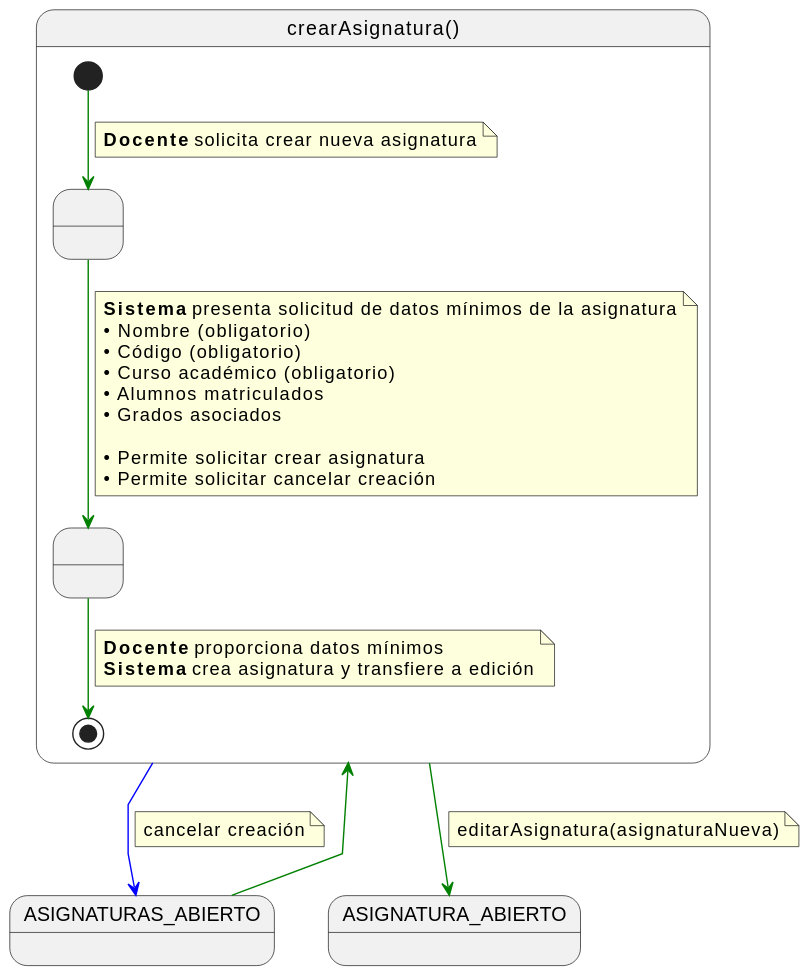
The PlantUML diagram documents/casos-de-uso/detalladoCasosDeUso/crearAsignatura/crearAsignatura.svg in martinlopez7/25-26-IdSw1-SdR, before a commit. Source of this version:
```plantuml
@startuml
skinparam linetype polyline

state crearAsignatura as "crearAsignatura()" {

    state " " as SolicitandoDatosAsignatura
    state " " as CreandoAsignatura

    [*] -[#green]-> SolicitandoDatosAsignatura
    note on link
    <b>Docente</b> solicita crear nueva asignatura
    end note

    SolicitandoDatosAsignatura -[#green]-> CreandoAsignatura
    note on link
    <b>Sistema</b> presenta solicitud de datos mínimos de la asignatura
    • Nombre (obligatorio)
    • Código (obligatorio)
    • Curso académico (obligatorio)
    • Alumnos matriculados
    • Grados asociados

    • Permite solicitar crear asignatura
    • Permite solicitar cancelar creación
    end note

    CreandoAsignatura -[#green]-> [*]
    note on link
    <b>Docente</b> proporciona datos mínimos
    <b>Sistema</b> crea asignatura y transfiere a edición
    end note
}

ASIGNATURAS_ABIERTO -[#green]-> crearAsignatura

crearAsignatura -[#green]-> ASIGNATURA_ABIERTO
note on link
editarAsignatura(asignaturaNueva)
end note

crearAsignatura -[#blue]-> ASIGNATURAS_ABIERTO
note on link
cancelar creación
end note
@enduml
```
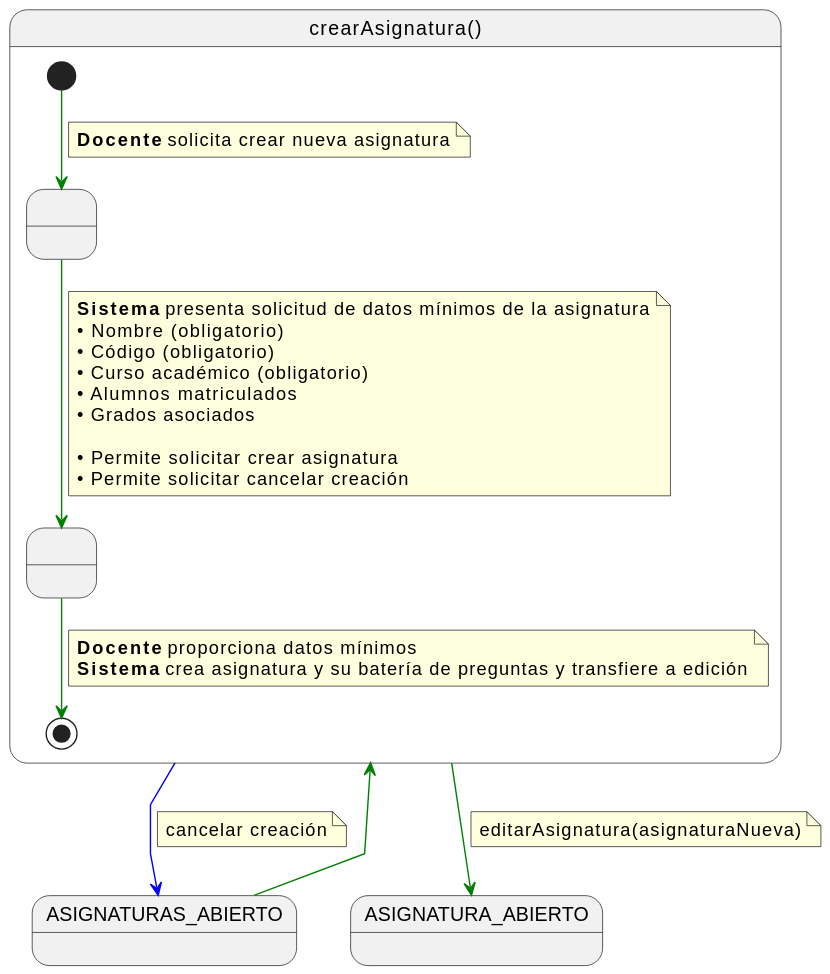
Above is the later version.

The edit, as a diff of the source:
```diff
@@ -27,7 +27,7 @@
     CreandoAsignatura -[#green]-> [*]
     note on link
     <b>Docente</b> proporciona datos mínimos
-    <b>Sistema</b> crea asignatura y transfiere a edición
+    <b>Sistema</b> crea asignatura y su batería de preguntas y transfiere a edición
     end note
 }
 
```
